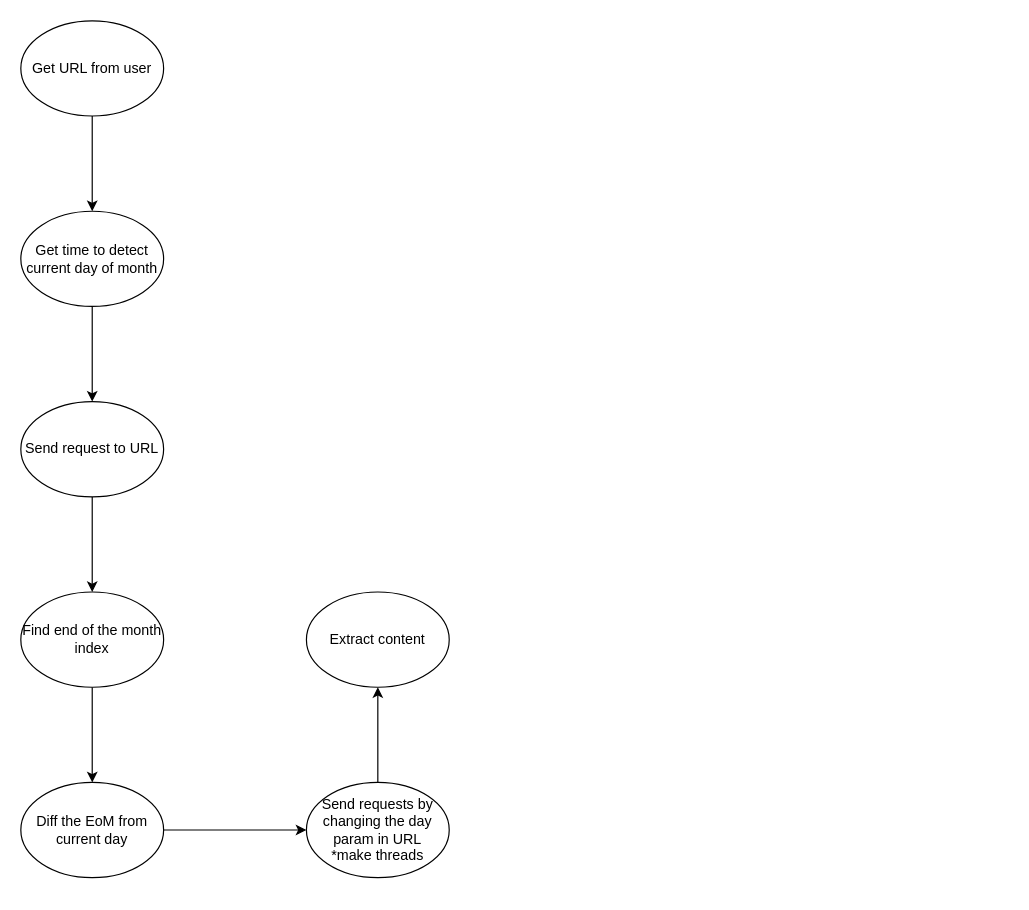
Before: diagram/sperloos-accuweather-test.drawio in Kal9Isa/accuweather-nodejs-test, a draw.io diagram. Source tidied: cells renumbered, new cells numbered last; positions are measured from the earlier drawing's top-left corner, leaving out a move shared by most shapes. Both pictures are drawn from the tidied source at 119%, with x=0, y=0 at pixel (20, 20).
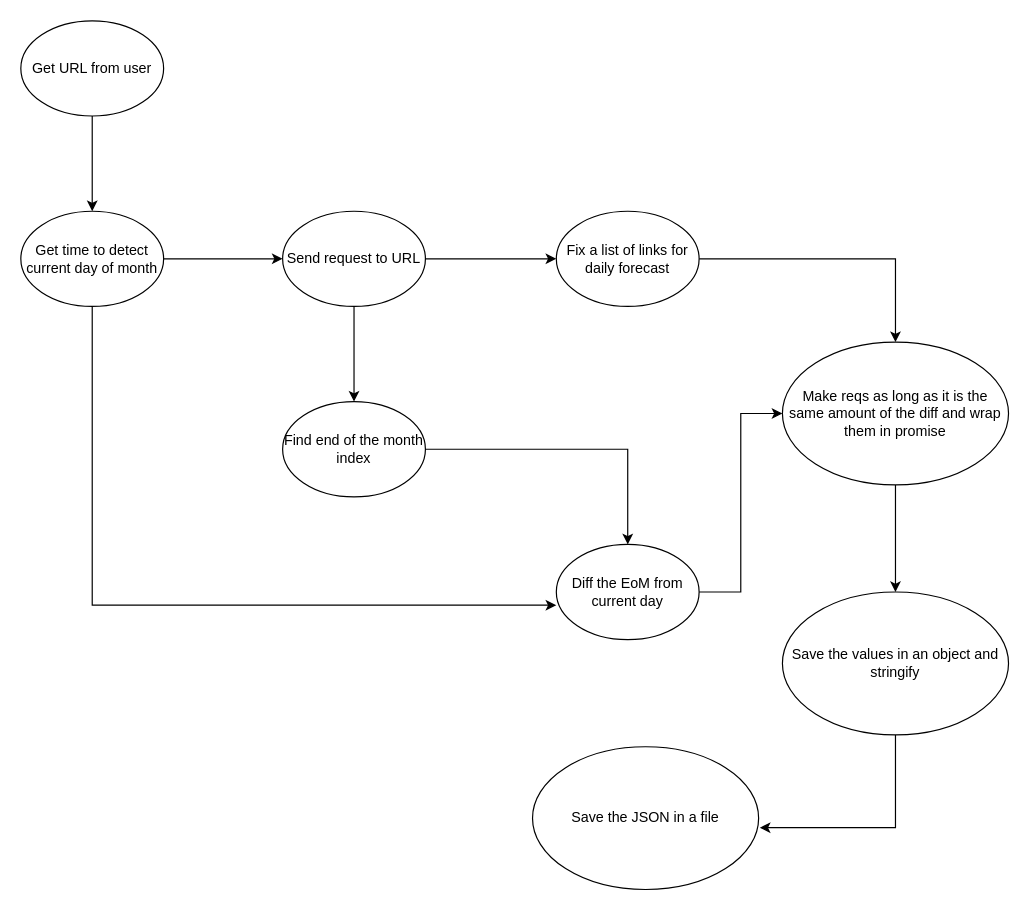
Above is the later version.

The change refers to these unchanged cells:
```xml
<mxCell id="5" value="Get time to detect current day of month" style="ellipse;whiteSpace=wrap;html=1;" parent="1" vertex="1">
  <mxGeometry y="160" width="120" height="80" as="geometry" />
</mxCell>
```

The edit, as a diff of the source:
```diff
@@
     <mxCell id="4" style="edgeStyle=orthogonalEdgeStyle;rounded=0;jettySize=auto;html=1;" parent="1" edge="1" source="5" target="7">
-      <mxGeometry relative="1" as="geometry" />
+      <mxGeometry relative="1" as="geometry">
+        <Array as="points">
+          <mxPoint x="210" y="200" />
+          <mxPoint x="210" y="200" />
+        </Array>
+      </mxGeometry>
     </mxCell>
+    <mxCell id="15" style="edgeStyle=orthogonalEdgeStyle;rounded=0;jettySize=auto;html=1;entryX=0;entryY=0.638;entryDx=0;entryDy=0;entryPerimeter=0;exitX=0.5;exitY=1;exitDx=0;exitDy=0;" parent="1" edge="1" source="5" target="11">
+      <mxGeometry relative="1" as="geometry">
+        <Array as="points">
+          <mxPoint x="60" y="491" />
+        </Array>
+      </mxGeometry>
+    </mxCell>
@@
+    <mxCell id="16" style="edgeStyle=orthogonalEdgeStyle;rounded=0;jettySize=auto;html=1;entryX=0;entryY=0.5;entryDx=0;entryDy=0;" parent="1" edge="1" source="7" target="14">
+      <mxGeometry relative="1" as="geometry" />
+    </mxCell>
-    <mxCell id="6" style="edgeStyle=orthogonalEdgeStyle;rounded=0;jettySize=auto;html=1;entryX=0.5;entryY=0;entryDx=0;entryDy=0;" parent="1" edge="1" source="7" target="9">
+    <mxCell id="6" style="edgeStyle=orthogonalEdgeStyle;rounded=0;jettySize=auto;html=1;" parent="1" edge="1" source="7" target="9">
       <mxGeometry relative="1" as="geometry" />
     </mxCell>
     <mxCell id="7" value="Send request to URL" style="ellipse;whiteSpace=wrap;html=1;" parent="1" vertex="1">
-      <mxGeometry y="320" width="120" height="80" as="geometry" />
+      <mxGeometry x="220" y="160" width="120" height="80" as="geometry" />
     </mxCell>
-    <mxCell id="8" style="edgeStyle=orthogonalEdgeStyle;rounded=0;jettySize=auto;html=1;" parent="1" edge="1" source="9" target="11">
-      <mxGeometry relative="1" as="geometry" />
+    <mxCell id="8" style="edgeStyle=orthogonalEdgeStyle;rounded=0;jettySize=auto;html=1;entryX=0.5;entryY=0;entryDx=0;entryDy=0;" parent="1" edge="1" source="9" target="11">
+      <mxGeometry relative="1" as="geometry">
+        <Array as="points">
+          <mxPoint x="510" y="360" />
+        </Array>
+      </mxGeometry>
     </mxCell>
     <mxCell id="9" value="Find end of the month index" style="ellipse;whiteSpace=wrap;html=1;" parent="1" vertex="1">
-      <mxGeometry y="480" width="120" height="80" as="geometry" />
+      <mxGeometry x="220" y="320" width="120" height="80" as="geometry" />
     </mxCell>
@@
     <mxCell id="11" value="Diff the EoM from current day" style="ellipse;whiteSpace=wrap;html=1;" parent="1" vertex="1">
-      <mxGeometry y="640" width="120" height="80" as="geometry" />
+      <mxGeometry x="450" y="440" width="120" height="80" as="geometry" />
     </mxCell>
-    <mxCell id="12" style="edgeStyle=orthogonalEdgeStyle;rounded=0;jettySize=auto;html=1;entryX=0.5;entryY=1;entryDx=0;entryDy=0;" parent="1" edge="1" source="13" target="14">
-      <mxGeometry relative="1" as="geometry" />
-    </mxCell>
+    <mxCell id="17" style="edgeStyle=orthogonalEdgeStyle;rounded=0;jettySize=auto;html=1;entryX=0.5;entryY=0;entryDx=0;entryDy=0;" parent="1" edge="1" source="13" target="20">
+      <mxGeometry relative="1" as="geometry" />
+    </mxCell>
-    <mxCell id="13" value="Send requests by changing the day param in URL&lt;br&gt;*make threads" style="ellipse;whiteSpace=wrap;html=1;" parent="1" vertex="1">
-      <mxGeometry x="240" y="640" width="120" height="80" as="geometry" />
+    <mxCell id="13" value="Make reqs as long as it is the same amount of the diff and wrap them in promise" style="ellipse;whiteSpace=wrap;html=1;" parent="1" vertex="1">
+      <mxGeometry x="640" y="270" width="190" height="120" as="geometry" />
     </mxCell>
+    <mxCell id="18" style="edgeStyle=orthogonalEdgeStyle;rounded=0;jettySize=auto;html=1;entryX=0.5;entryY=0;entryDx=0;entryDy=0;" parent="1" edge="1" source="14" target="13">
+      <mxGeometry relative="1" as="geometry" />
+    </mxCell>
-    <mxCell id="14" value="Extract content" style="ellipse;whiteSpace=wrap;html=1;" parent="1" vertex="1">
-      <mxGeometry x="240" y="480" width="120" height="80" as="geometry" />
+    <mxCell id="14" value="Fix a list of links for daily forecast" style="ellipse;whiteSpace=wrap;html=1;" parent="1" vertex="1">
+      <mxGeometry x="450" y="160" width="120" height="80" as="geometry" />
     </mxCell>
+    <mxCell id="19" style="edgeStyle=orthogonalEdgeStyle;rounded=0;jettySize=auto;html=1;entryX=1.005;entryY=0.567;entryDx=0;entryDy=0;entryPerimeter=0;exitX=0.5;exitY=1;exitDx=0;exitDy=0;" parent="1" edge="1" source="20" target="21">
+      <mxGeometry relative="1" as="geometry">
+        <Array as="points">
+          <mxPoint x="735" y="678" />
+        </Array>
+      </mxGeometry>
+    </mxCell>
+    <mxCell id="20" value="Save the values in an object and stringify" style="ellipse;whiteSpace=wrap;html=1;" parent="1" vertex="1">
+      <mxGeometry x="640" y="480" width="190" height="120" as="geometry" />
+    </mxCell>
+    <mxCell id="21" value="Save the JSON in a file" style="ellipse;whiteSpace=wrap;html=1;" parent="1" vertex="1">
+      <mxGeometry x="430" y="610" width="190" height="120" as="geometry" />
+    </mxCell>
```
